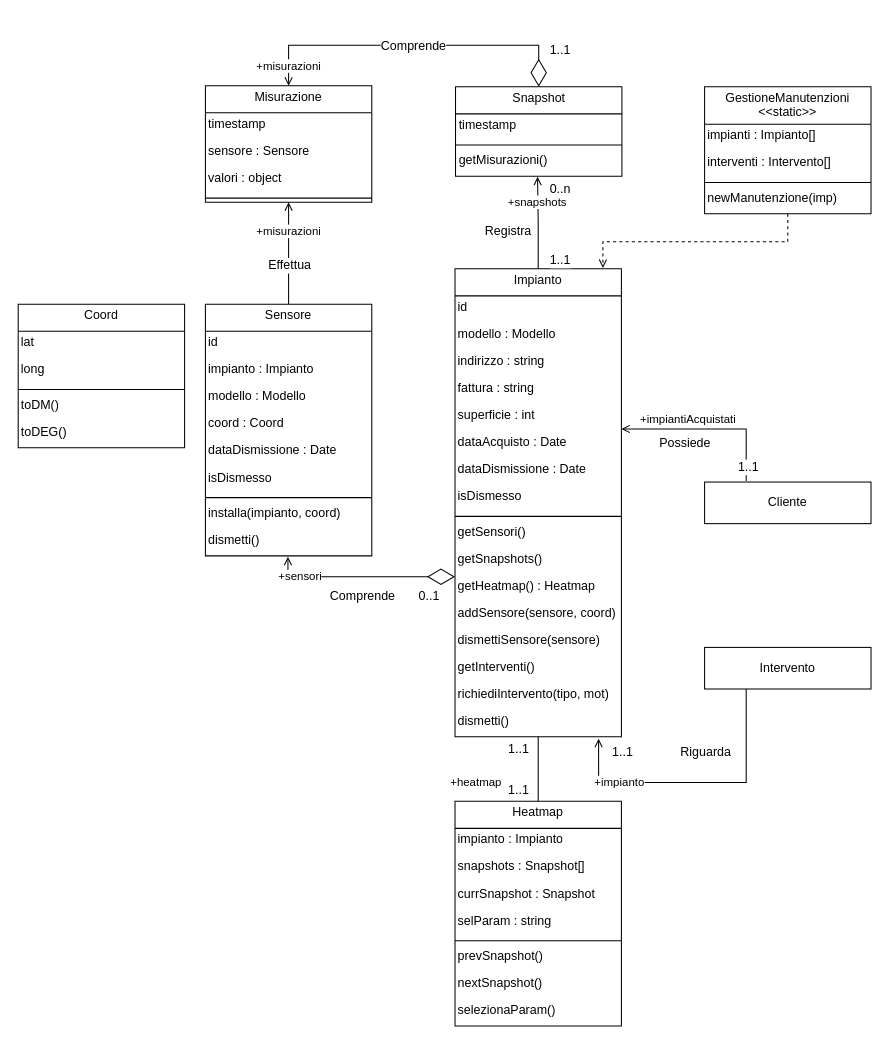
Above: page "Impianto" (4 of 10) of deliverables/d3/.media/.drawio/classi.drawio in amanfucci/ardeeno-workondeliverables (draw.io), before the change. Source tidied: cells renumbered, new cells numbered last; positions are measured from the earlier drawing's top-left corner, leaving out a move shared by most shapes. Both pictures are drawn from the tidied source at 104%, with x=0, y=0 at pixel (18, 85).
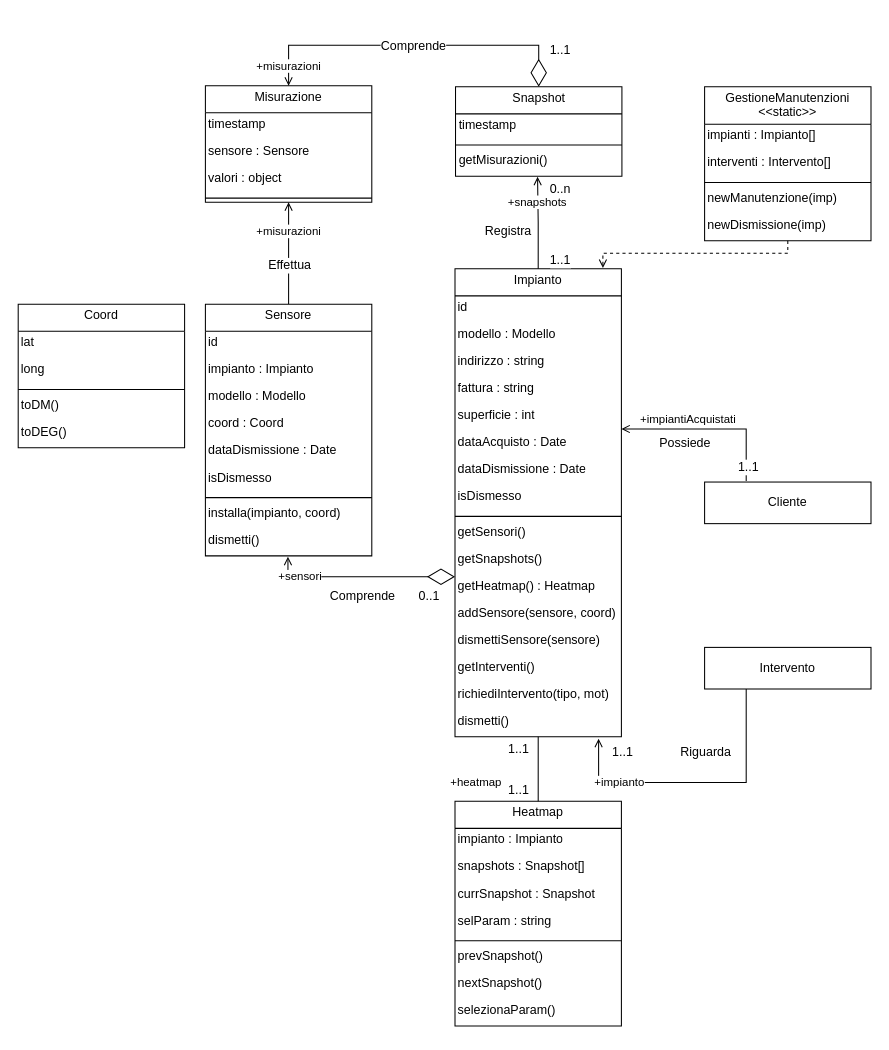
Above is the later version.

Unchanged cells that the change refers to:
```xml
<mxCell id="43" value="Impianto" style="swimlane;fontStyle=0;align=center;verticalAlign=top;horizontal=1;startSize=26;whiteSpace=wrap;spacing=-1;" parent="1" vertex="1">
  <mxGeometry x="420" y="176" width="160" height="450" as="geometry" />
</mxCell>
```

The edit, as a diff of the source:
```diff
@@
     <mxCell id="75" style="edgeStyle=orthogonalEdgeStyle;shape=connector;rounded=0;jettySize=auto;html=1;entryX=0.889;entryY=-0.002;entryDx=0;entryDy=0;entryPerimeter=0;dashed=1;labelBackgroundColor=default;strokeColor=default;fontFamily=Helvetica;fontSize=11;fontColor=default;startArrow=none;startFill=0;endArrow=open;endFill=0;" parent="1" edge="1" source="76" target="43">
       <mxGeometry relative="1" as="geometry">
         <Array as="points">
-          <mxPoint x="740" y="150" />
-          <mxPoint x="562" y="150" />
+          <mxPoint x="740" y="161" />
+          <mxPoint x="562" y="161" />
         </Array>
       </mxGeometry>
     </mxCell>
     <mxCell id="76" value="GestioneManutenzioni&#10;&lt;&lt;static&gt;&gt;" style="swimlane;fontStyle=0;align=center;verticalAlign=top;horizontal=1;startSize=36;whiteSpace=wrap;spacing=-1;" parent="1" vertex="1">
-      <mxGeometry x="660" y="1" width="160" height="122" as="geometry" />
+      <mxGeometry x="660" y="1" width="160" height="148" as="geometry" />
     </mxCell>
@@
+    <mxCell id="83" value="newDismissione(imp)" style="text;strokeColor=none;fillColor=none;align=left;verticalAlign=top;spacingLeft=4;spacingRight=4;overflow=hidden;fontStyle=0;whiteSpace=wrap;spacing=-1;" parent="76" vertex="1">
+      <mxGeometry y="122" width="160" height="26" as="geometry" />
+    </mxCell>
```
